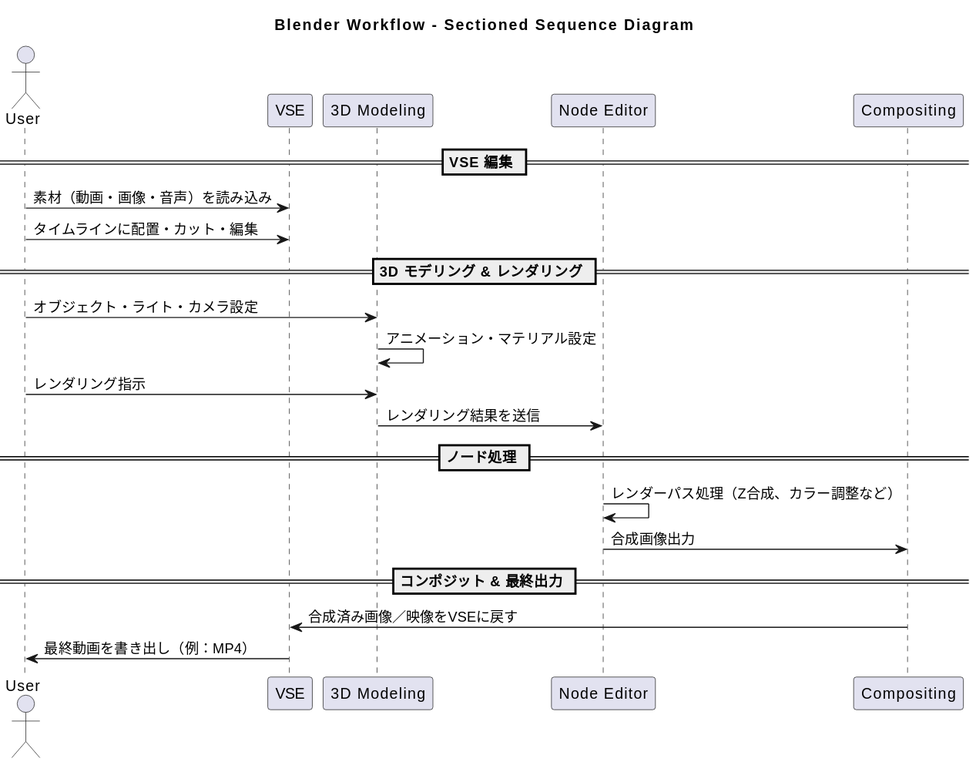
The PlantUML diagram out/it_blender_kinou_kanrenzu1.svg in coacoa/images, before a commit. Its diagram source:
```plantuml
@startuml
title Blender Workflow - Sectioned Sequence Diagram

actor User

participant "VSE" as VSE
participant "3D Modeling" as Modeling
participant "Node Editor" as Node
participant "Compositing" as Compositing

== VSE 編集 ==

User -> VSE : 素材（動画・画像・音声）を読み込み
User -> VSE : タイムラインに配置・カット・編集

== 3D モデリング & レンダリング ==

User -> Modeling : オブジェクト・ライト・カメラ設定
Modeling -> Modeling : アニメーション・マテリアル設定
User -> Modeling : レンダリング指示
Modeling -> Node : レンダリング結果を送信

== ノード処理 ==

Node -> Node : レンダーパス処理（Z合成、カラー調整など）
Node -> Compositing : 合成画像出力

== コンポジット & 最終出力 ==

Compositing -> VSE : 合成済み画像／映像をVSEに戻す
VSE -> User : 最終動画を書き出し（例：MP4）
@enduml
```
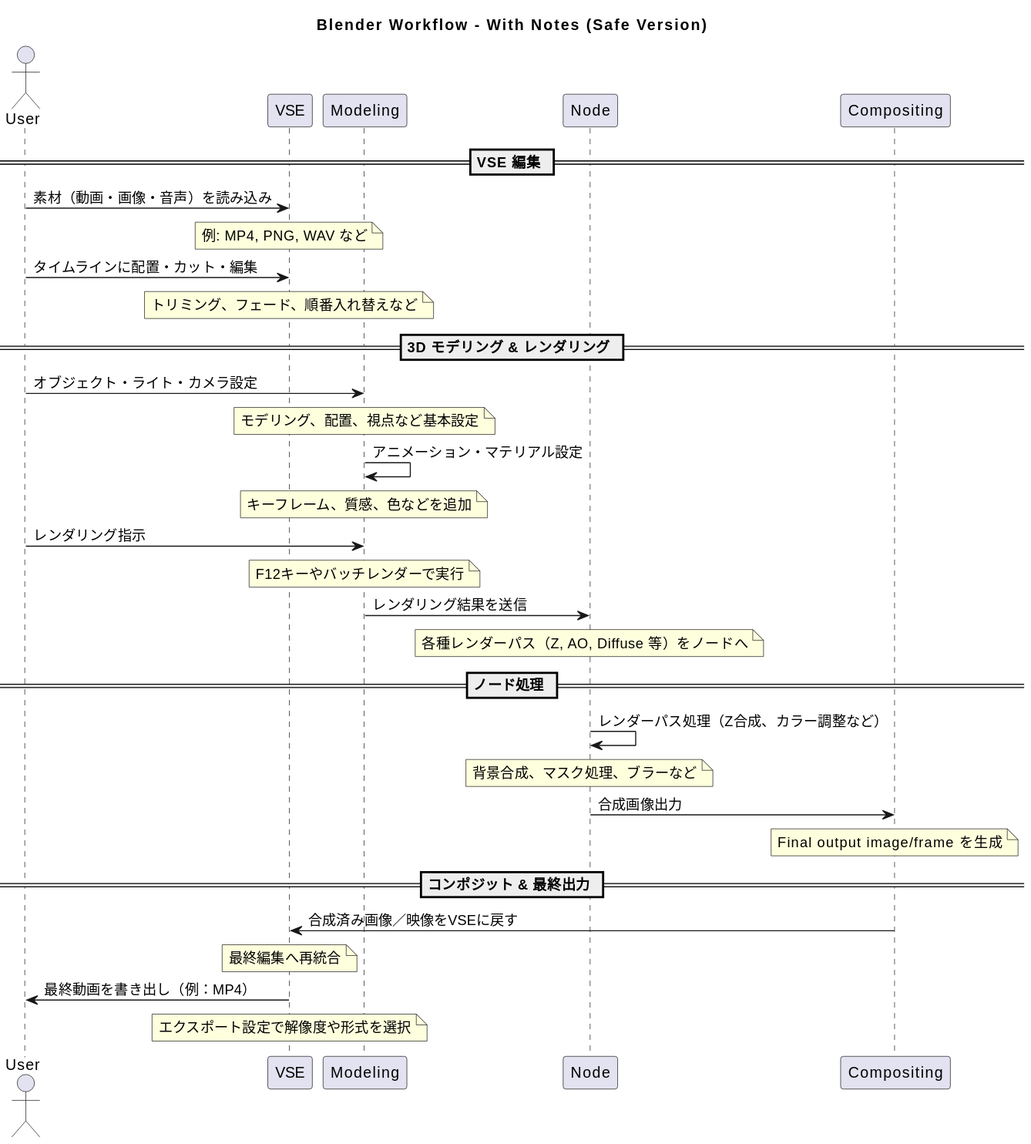
Later version of the same file.

Diff of the diagram source:
```diff
@@ -1,32 +1,67 @@
 @startuml
-title Blender Workflow - Sectioned Sequence Diagram
+title Blender Workflow - With Notes (Safe Version)
 
 actor User
-
-participant "VSE" as VSE
-participant "3D Modeling" as Modeling
-participant "Node Editor" as Node
-participant "Compositing" as Compositing
+participant VSE
+participant Modeling
+participant Node
+participant Compositing
 
 == VSE 編集 ==
 
 User -> VSE : 素材（動画・画像・音声）を読み込み
+note over VSE
+例: MP4, PNG, WAV など
+end note
+
 User -> VSE : タイムラインに配置・カット・編集
+note over VSE
+トリミング、フェード、順番入れ替えなど
+end note
 
 == 3D モデリング & レンダリング ==
 
 User -> Modeling : オブジェクト・ライト・カメラ設定
+note over Modeling
+モデリング、配置、視点など基本設定
+end note
+
 Modeling -> Modeling : アニメーション・マテリアル設定
+note over Modeling
+キーフレーム、質感、色などを追加
+end note
+
 User -> Modeling : レンダリング指示
+note over Modeling
+F12キーやバッチレンダーで実行
+end note
+
 Modeling -> Node : レンダリング結果を送信
+note over Node
+各種レンダーパス（Z, AO, Diffuse 等）をノードへ
+end note
 
 == ノード処理 ==
 
 Node -> Node : レンダーパス処理（Z合成、カラー調整など）
+note over Node
+背景合成、マスク処理、ブラーなど
+end note
+
 Node -> Compositing : 合成画像出力
+note over Compositing
+Final output image/frame を生成
+end note
 
 == コンポジット & 最終出力 ==
 
 Compositing -> VSE : 合成済み画像／映像をVSEに戻す
+note over VSE
+最終編集へ再統合
+end note
+
 VSE -> User : 最終動画を書き出し（例：MP4）
+note over VSE
+エクスポート設定で解像度や形式を選択
+end note
 @enduml
```
